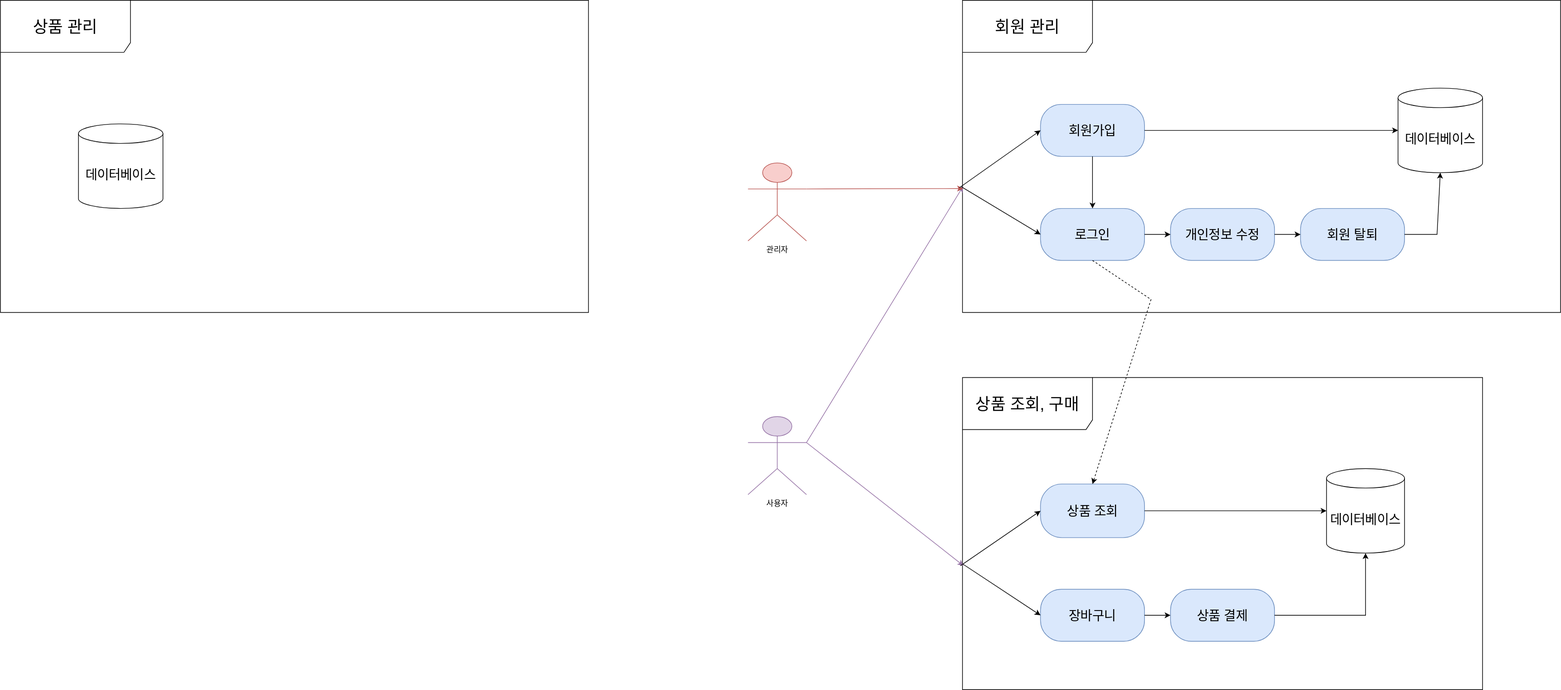
The draw.io diagram modernif_usecase.svg in changyeonPark/ModernifSpring, before a commit. Source tidied: cells renumbered, new cells last; positions are measured from the earlier drawing's top-left corner, leaving out a move shared by most shapes.
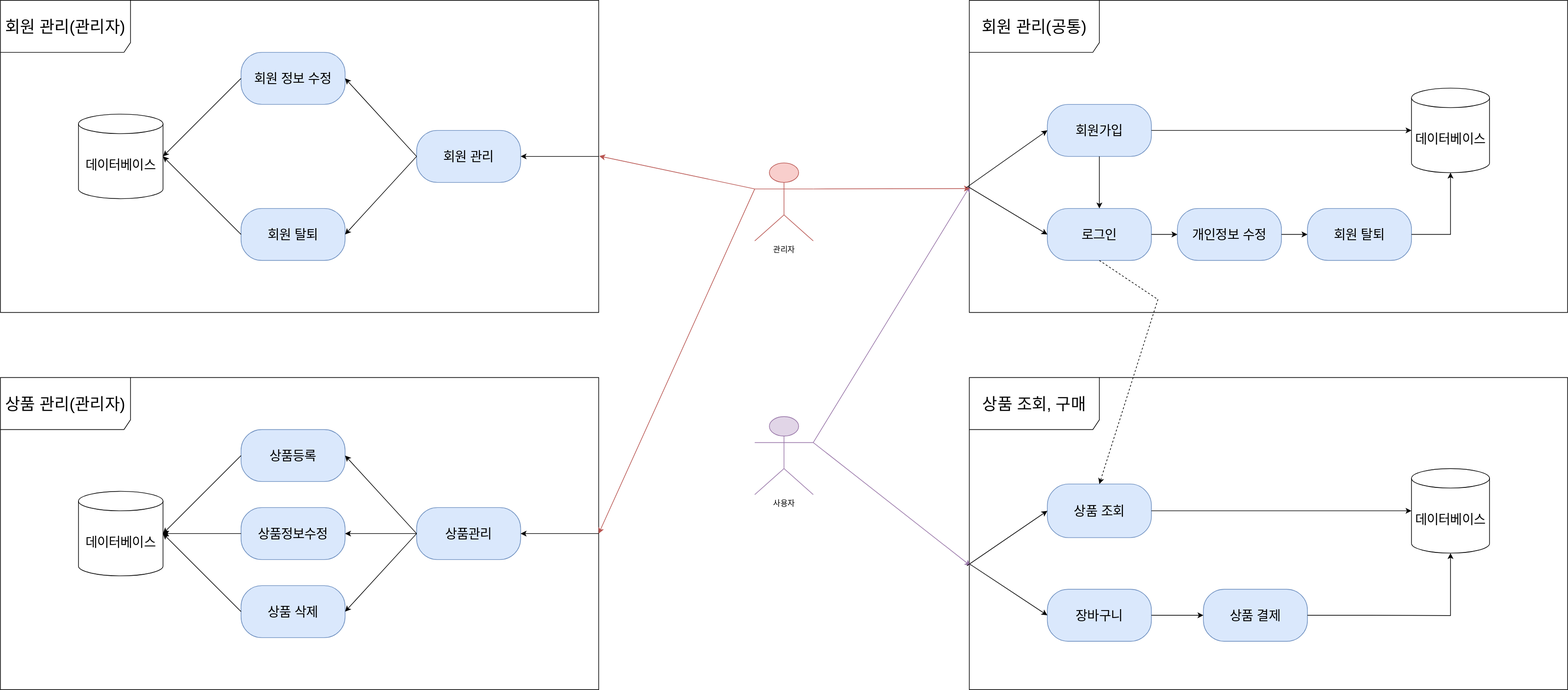
Later version of the same file.

Diff of the diagram source:
```diff
@@ -5,7 +5,7 @@
     <mxCell id="2" value="사용자" style="shape=umlActor;verticalLabelPosition=bottom;verticalAlign=top;html=1;fillColor=#e1d5e7;strokeColor=#9673a6;" parent="1" vertex="1">
       <mxGeometry x="1150" y="640" width="90" height="120" as="geometry" />
     </mxCell>
-    <mxCell id="3" value="&lt;font style=&quot;font-size: 25px;&quot;&gt;회원 관리&lt;/font&gt;" style="shape=umlFrame;whiteSpace=wrap;html=1;width=200;height=80;" parent="1" vertex="1">
+    <mxCell id="3" value="&lt;font style=&quot;font-size: 25px;&quot;&gt;회원 관리(공통)&lt;/font&gt;" style="shape=umlFrame;whiteSpace=wrap;html=1;width=200;height=80;" parent="1" vertex="1">
       <mxGeometry x="1480" width="920" height="480" as="geometry" />
     </mxCell>
     <mxCell id="4" value="&lt;font style=&quot;font-size: 20px;&quot;&gt;회원가입&lt;/font&gt;" style="rounded=1;whiteSpace=wrap;html=1;arcSize=40;fillColor=#dae8fc;strokeColor=#6c8ebf;" parent="1" vertex="1">
@@ -27,13 +27,13 @@
       <mxGeometry x="1600" y="905.6" width="160" height="80" as="geometry" />
     </mxCell>
     <mxCell id="10" value="상품 결제" style="rounded=1;whiteSpace=wrap;html=1;arcSize=40;fillColor=#dae8fc;strokeColor=#6c8ebf;fontSize=20;" parent="1" vertex="1">
-      <mxGeometry x="1800" y="905.6" width="160" height="80" as="geometry" />
+      <mxGeometry x="1840" y="905.6" width="160" height="80" as="geometry" />
     </mxCell>
     <mxCell id="11" value="&lt;font style=&quot;font-size: 25px;&quot;&gt;상품 조회, 구매&lt;/font&gt;" style="shape=umlFrame;whiteSpace=wrap;html=1;width=200;height=80;" parent="1" vertex="1">
-      <mxGeometry x="1480" y="580" width="800" height="480" as="geometry" />
+      <mxGeometry x="1480" y="580" width="920" height="480" as="geometry" />
     </mxCell>
     <mxCell id="12" value="데이터베이스" style="shape=cylinder3;whiteSpace=wrap;html=1;boundedLbl=1;backgroundOutline=1;size=15;fontSize=20;" parent="1" vertex="1">
-      <mxGeometry x="2150" y="135" width="130" height="130" as="geometry" />
+      <mxGeometry x="2160" y="135" width="120" height="130" as="geometry" />
     </mxCell>
     <mxCell id="13" style="endArrow=classic;html=1;rounded=0;exitX=1;exitY=0.3333333333333333;exitDx=0;exitDy=0;exitPerimeter=0;entryX=0.001;entryY=0.596;entryDx=0;entryDy=0;entryPerimeter=0;fillColor=#e1d5e7;strokeColor=#9673a6;" parent="1" edge="1" source="2" target="3">
       <mxGeometry relative="1" as="geometry" />
@@ -56,12 +56,12 @@
     <mxCell id="19" style="endArrow=classic;html=1;rounded=0;entryX=0.5;entryY=1;entryDx=0;entryDy=0;entryPerimeter=0;exitX=1;exitY=0.5;exitDx=0;exitDy=0;" parent="1" edge="1" source="7" target="12">
       <mxGeometry relative="1" as="geometry">
         <Array as="points">
-          <mxPoint x="2210" y="360" />
+          <mxPoint x="2220" y="360" />
         </Array>
       </mxGeometry>
     </mxCell>
     <mxCell id="20" value="데이터베이스" style="shape=cylinder3;whiteSpace=wrap;html=1;boundedLbl=1;backgroundOutline=1;size=15;fontSize=20;" parent="1" vertex="1">
-      <mxGeometry x="2040" y="720" width="120" height="130" as="geometry" />
+      <mxGeometry x="2160" y="720" width="120" height="130" as="geometry" />
     </mxCell>
     <mxCell id="21" style="endArrow=classic;html=1;rounded=0;exitX=1;exitY=0.3333333333333333;exitDx=0;exitDy=0;exitPerimeter=0;entryX=0.002;entryY=0.603;entryDx=0;entryDy=0;entryPerimeter=0;fillColor=#e1d5e7;strokeColor=#9673a6;" parent="1" edge="1" source="2" target="11">
       <mxGeometry relative="1" as="geometry" />
@@ -98,14 +98,84 @@
       <mxGeometry relative="1" as="geometry">
         <Array as="points">
           <mxPoint x="2100" y="945.6" />
+          <mxPoint x="2220" y="946" />
         </Array>
       </mxGeometry>
     </mxCell>
-    <mxCell id="31" value="&lt;span style=&quot;font-size: 25px;&quot;&gt;상품 관리&lt;/span&gt;" style="shape=umlFrame;whiteSpace=wrap;html=1;width=200;height=80;" parent="1" vertex="1">
-      <mxGeometry width="904.6" height="480" as="geometry" />
+    <mxCell id="31" value="&lt;span style=&quot;font-size: 25px;&quot;&gt;상품 관리(관리자)&lt;/span&gt;" style="shape=umlFrame;whiteSpace=wrap;html=1;width=200;height=80;" parent="1" vertex="1">
+      <mxGeometry x="-10" y="580" width="920" height="480" as="geometry" />
     </mxCell>
     <mxCell id="32" value="데이터베이스" style="shape=cylinder3;whiteSpace=wrap;html=1;boundedLbl=1;backgroundOutline=1;size=15;fontSize=20;" parent="1" vertex="1">
-      <mxGeometry x="120" y="190" width="130" height="130" as="geometry" />
+      <mxGeometry x="110" y="755" width="130" height="130" as="geometry" />
     </mxCell>
+    <mxCell id="33" value="&lt;span style=&quot;font-size: 20px;&quot;&gt;상품관리&lt;/span&gt;" style="rounded=1;whiteSpace=wrap;html=1;arcSize=40;fillColor=#dae8fc;strokeColor=#6c8ebf;" parent="1" vertex="1">
+      <mxGeometry x="630" y="780" width="160" height="80" as="geometry" />
+    </mxCell>
+    <mxCell id="34" value="&lt;span style=&quot;font-size: 20px;&quot;&gt;상품정보수정&lt;/span&gt;" style="rounded=1;whiteSpace=wrap;html=1;arcSize=40;fillColor=#dae8fc;strokeColor=#6c8ebf;" parent="1" vertex="1">
+      <mxGeometry x="360" y="780" width="160" height="80" as="geometry" />
+    </mxCell>
+    <mxCell id="35" value="&lt;span style=&quot;font-size: 20px;&quot;&gt;상품등록&lt;/span&gt;" style="rounded=1;whiteSpace=wrap;html=1;arcSize=40;fillColor=#dae8fc;strokeColor=#6c8ebf;" parent="1" vertex="1">
+      <mxGeometry x="360" y="660" width="160" height="80" as="geometry" />
+    </mxCell>
+    <mxCell id="36" value="&lt;span style=&quot;font-size: 20px;&quot;&gt;상품 삭제&lt;br&gt;&lt;/span&gt;" style="rounded=1;whiteSpace=wrap;html=1;arcSize=40;fillColor=#dae8fc;strokeColor=#6c8ebf;" parent="1" vertex="1">
+      <mxGeometry x="360" y="900" width="160" height="80" as="geometry" />
+    </mxCell>
+    <mxCell id="37" style="endArrow=classic;html=1;rounded=0;exitX=0;exitY=0.3333333333333333;exitDx=0;exitDy=0;exitPerimeter=0;entryX=1;entryY=0.5;entryDx=0;entryDy=0;entryPerimeter=0;fillColor=#f8cecc;strokeColor=#b85450;" parent="1" edge="1" source="27" target="31">
+      <mxGeometry relative="1" as="geometry" />
+    </mxCell>
+    <mxCell id="38" style="endArrow=classic;html=1;rounded=0;entryX=1;entryY=0.5;entryDx=0;entryDy=0;" parent="1" edge="1" source="31" target="33">
+      <mxGeometry relative="1" as="geometry" />
+    </mxCell>
+    <mxCell id="39" style="endArrow=classic;html=1;rounded=0;exitX=0;exitY=0.5;exitDx=0;exitDy=0;entryX=1;entryY=0.5;entryDx=0;entryDy=0;" parent="1" edge="1" source="33" target="34">
+      <mxGeometry relative="1" as="geometry" />
+    </mxCell>
+    <mxCell id="40" style="endArrow=classic;html=1;rounded=0;entryX=1;entryY=0.5;entryDx=0;entryDy=0;exitX=0;exitY=0.5;exitDx=0;exitDy=0;" parent="1" edge="1" source="33" target="36">
+      <mxGeometry relative="1" as="geometry" />
+    </mxCell>
+    <mxCell id="41" style="endArrow=classic;html=1;rounded=0;entryX=1;entryY=0.5;entryDx=0;entryDy=0;exitX=0;exitY=0.5;exitDx=0;exitDy=0;" parent="1" edge="1" source="33" target="35">
+      <mxGeometry relative="1" as="geometry" />
+    </mxCell>
+    <mxCell id="42" style="endArrow=classic;html=1;rounded=0;entryX=1;entryY=0.5;entryDx=0;entryDy=0;entryPerimeter=0;exitX=0;exitY=0.5;exitDx=0;exitDy=0;" parent="1" edge="1" source="35" target="32">
+      <mxGeometry relative="1" as="geometry" />
+    </mxCell>
+    <mxCell id="43" style="endArrow=classic;html=1;rounded=0;exitX=0;exitY=0.5;exitDx=0;exitDy=0;entryX=1;entryY=0.5;entryDx=0;entryDy=0;entryPerimeter=0;" parent="1" edge="1" source="34" target="32">
+      <mxGeometry relative="1" as="geometry" />
+    </mxCell>
+    <mxCell id="44" style="endArrow=classic;html=1;rounded=0;exitX=0;exitY=0.5;exitDx=0;exitDy=0;entryX=1;entryY=0.5;entryDx=0;entryDy=0;entryPerimeter=0;" parent="1" edge="1" source="36" target="32">
+      <mxGeometry relative="1" as="geometry" />
+    </mxCell>
+    <mxCell id="45" value="&lt;span style=&quot;font-size: 25px;&quot;&gt;회원 관리(관리자)&lt;/span&gt;" style="shape=umlFrame;whiteSpace=wrap;html=1;width=200;height=80;" parent="1" vertex="1">
+      <mxGeometry x="-10" width="920" height="480" as="geometry" />
+    </mxCell>
+    <mxCell id="46" value="데이터베이스" style="shape=cylinder3;whiteSpace=wrap;html=1;boundedLbl=1;backgroundOutline=1;size=15;fontSize=20;" parent="1" vertex="1">
+      <mxGeometry x="110" y="175" width="130" height="130" as="geometry" />
+    </mxCell>
+    <mxCell id="47" value="&lt;span style=&quot;font-size: 20px;&quot;&gt;회원 관리&lt;/span&gt;" style="rounded=1;whiteSpace=wrap;html=1;arcSize=40;fillColor=#dae8fc;strokeColor=#6c8ebf;" parent="1" vertex="1">
+      <mxGeometry x="630" y="200" width="160" height="80" as="geometry" />
+    </mxCell>
+    <mxCell id="48" value="&lt;span style=&quot;font-size: 20px;&quot;&gt;회원 정보 수정&lt;/span&gt;" style="rounded=1;whiteSpace=wrap;html=1;arcSize=40;fillColor=#dae8fc;strokeColor=#6c8ebf;" parent="1" vertex="1">
+      <mxGeometry x="360" y="80" width="160" height="80" as="geometry" />
+    </mxCell>
+    <mxCell id="49" value="&lt;span style=&quot;font-size: 20px;&quot;&gt;회원 탈퇴&lt;br&gt;&lt;/span&gt;" style="rounded=1;whiteSpace=wrap;html=1;arcSize=40;fillColor=#dae8fc;strokeColor=#6c8ebf;" parent="1" vertex="1">
+      <mxGeometry x="360" y="320" width="160" height="80" as="geometry" />
+    </mxCell>
+    <mxCell id="50" style="endArrow=classic;html=1;rounded=0;entryX=1;entryY=0.5;entryDx=0;entryDy=0;" parent="1" edge="1" source="45" target="47">
+      <mxGeometry relative="1" as="geometry" />
+    </mxCell>
+    <mxCell id="51" style="endArrow=classic;html=1;rounded=0;exitX=0;exitY=0.5;exitDx=0;exitDy=0;entryX=1;entryY=0.5;entryDx=0;entryDy=0;" parent="1" edge="1" source="47" target="48">
+      <mxGeometry relative="1" as="geometry" />
+    </mxCell>
+    <mxCell id="52" style="endArrow=classic;html=1;rounded=0;entryX=1;entryY=0.5;entryDx=0;entryDy=0;exitX=0;exitY=0.5;exitDx=0;exitDy=0;" parent="1" edge="1" source="47" target="49">
+      <mxGeometry relative="1" as="geometry" />
+    </mxCell>
+    <mxCell id="53" style="endArrow=classic;html=1;rounded=0;exitX=0;exitY=0.5;exitDx=0;exitDy=0;entryX=1;entryY=0.5;entryDx=0;entryDy=0;entryPerimeter=0;" parent="1" edge="1" source="48" target="46">
+      <mxGeometry relative="1" as="geometry" />
+    </mxCell>
+    <mxCell id="54" style="endArrow=classic;html=1;rounded=0;exitX=0;exitY=0.5;exitDx=0;exitDy=0;entryX=1;entryY=0.5;entryDx=0;entryDy=0;entryPerimeter=0;" parent="1" edge="1" source="49" target="46">
+      <mxGeometry relative="1" as="geometry" />
+    </mxCell>
+    <mxCell id="55" style="endArrow=classic;html=1;rounded=0;exitX=0;exitY=0.3333333333333333;exitDx=0;exitDy=0;exitPerimeter=0;entryX=1.001;entryY=0.499;entryDx=0;entryDy=0;entryPerimeter=0;fillColor=#f8cecc;strokeColor=#b85450;" parent="1" edge="1" source="27" target="45">
+      <mxGeometry relative="1" as="geometry" />
+    </mxCell>
   </root>
 </mxGraphModel>
```
